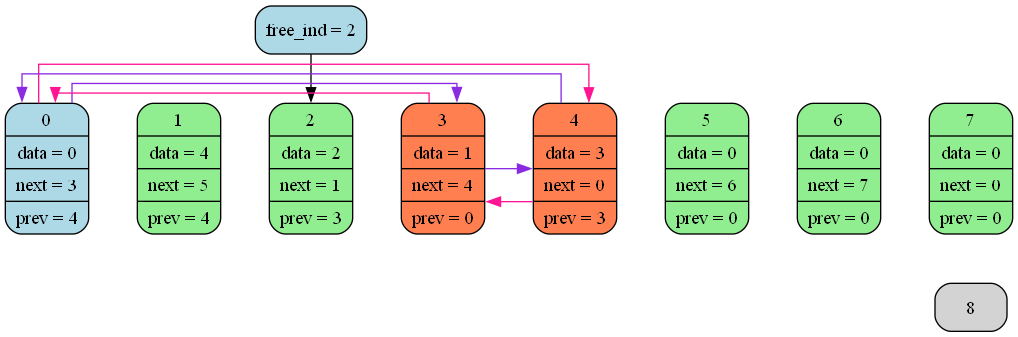
Above: dump.png in GBobkov/list (Graphviz), before the change. Its source is kept beside it as dump.dot. Source of this version:
```dot
digraph G
{
splines=ortho;
nodesep=0.5;
node[shape="record", style="rounded, filled"];

free[label = "free_ind = 2", style="rounded,filled", fillcolor = "lightblue"]
0[label = "{ <i>0|<d>data = 0|<n>next = 3|<p>prev = 4 }", fillcolor ="lightblue"];
1[label = "{ <i>1|<d>data = 4|<n>next = 5|<p>prev = 4 }", fillcolor = "coral"];
2[label = "{ <i>2|<d>data = 2|<n>next = 1|<p>prev = 3 }", fillcolor = "coral"];
3[label = "{ <i>3|<d>data = 1|<n>next = 4|<p>prev = 0 }", fillcolor = "coral"];
4[label = "{ <i>4|<d>data = 3|<n>next = 0|<p>prev = 3 }", fillcolor = "coral"];
5[label = "{ <i>5|<d>data = 0|<n>next = 6|<p>prev = 0 }", fillcolor = "coral"];
6[label = "{ <i>6|<d>data = 0|<n>next = 7|<p>prev = 0 }", fillcolor = "coral"];
7[label = "{ <i>7|<d>data = 0|<n>next = 0|<p>prev = 0 }", fillcolor = "coral"];

{ rank = same; 0; 1; 2; 3; 4; 5; 6; 7; }
0->1 [weight = 5000, style=invis];
1->2 [weight = 5000, style=invis];
2->3 [weight = 5000, style=invis];
3->4 [weight = 5000, style=invis];
4->5 [weight = 5000, style=invis];
5->6 [weight = 5000, style=invis];
6->7 [weight = 5000, style=invis];
7->8 [weight = 5000, style=invis];

0->3 [weight = 0, color = blueviolet];
3->4 [weight = 0, color = blueviolet];
4->0 [weight = 0, color = blueviolet];

0->4 [weight = 0, color = deeppink];
4->3 [weight = 0, color = deeppink];
3->0 [weight = 0, color = deeppink];

free->2;
2[fillcolor = "lightgreen"];
1[fillcolor = "lightgreen"];
5[fillcolor = "lightgreen"];
6[fillcolor = "lightgreen"];
7[fillcolor = "lightgreen"];
}
```
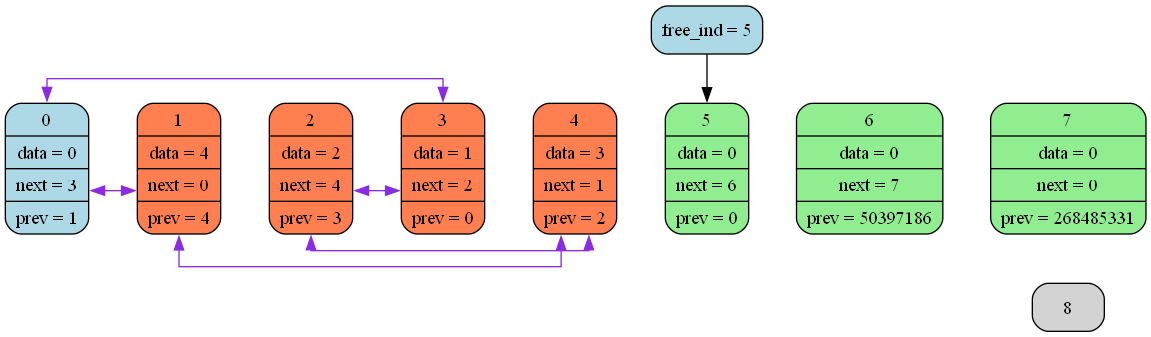
The same diagram one commit later.

Diff of the diagram source:
```diff
@@ -4,37 +4,33 @@
 nodesep=0.5;
 node[shape="record", style="rounded, filled"];
 
-free[label = "free_ind = 2", style="rounded,filled", fillcolor = "lightblue"]
-0[label = "{ <i>0|<d>data = 0|<n>next = 3|<p>prev = 4 }", fillcolor ="lightblue"];
-1[label = "{ <i>1|<d>data = 4|<n>next = 5|<p>prev = 4 }", fillcolor = "coral"];
-2[label = "{ <i>2|<d>data = 2|<n>next = 1|<p>prev = 3 }", fillcolor = "coral"];
-3[label = "{ <i>3|<d>data = 1|<n>next = 4|<p>prev = 0 }", fillcolor = "coral"];
-4[label = "{ <i>4|<d>data = 3|<n>next = 0|<p>prev = 3 }", fillcolor = "coral"];
+free[label = "free_ind = 5", style="rounded,filled", fillcolor = "lightblue"]
+0[label = "{ <i>0|<d>data = 0|<n>next = 3|<p>prev = 1 }", fillcolor ="lightblue"];
+1[label = "{ <i>1|<d>data = 4|<n>next = 0|<p>prev = 4 }", fillcolor = "coral"];
+2[label = "{ <i>2|<d>data = 2|<n>next = 4|<p>prev = 3 }", fillcolor = "coral"];
+3[label = "{ <i>3|<d>data = 1|<n>next = 2|<p>prev = 0 }", fillcolor = "coral"];
+4[label = "{ <i>4|<d>data = 3|<n>next = 1|<p>prev = 2 }", fillcolor = "coral"];
 5[label = "{ <i>5|<d>data = 0|<n>next = 6|<p>prev = 0 }", fillcolor = "coral"];
-6[label = "{ <i>6|<d>data = 0|<n>next = 7|<p>prev = 0 }", fillcolor = "coral"];
-7[label = "{ <i>7|<d>data = 0|<n>next = 0|<p>prev = 0 }", fillcolor = "coral"];
+6[label = "{ <i>6|<d>data = 0|<n>next = 7|<p>prev = 50397186 }", fillcolor = "coral"];
+7[label = "{ <i>7|<d>data = 0|<n>next = 0|<p>prev = 268485331 }", fillcolor = "coral"];
 
 { rank = same; 0; 1; 2; 3; 4; 5; 6; 7; }
-0->1 [weight = 5000, style=invis];
-1->2 [weight = 5000, style=invis];
-2->3 [weight = 5000, style=invis];
-3->4 [weight = 5000, style=invis];
-4->5 [weight = 5000, style=invis];
-5->6 [weight = 5000, style=invis];
-6->7 [weight = 5000, style=invis];
-7->8 [weight = 5000, style=invis];
+0->1 [weight = 5000, style=invis, shape=inv];
+1->2 [weight = 5000, style=invis, shape=inv];
+2->3 [weight = 5000, style=invis, shape=inv];
+3->4 [weight = 5000, style=invis, shape=inv];
+4->5 [weight = 5000, style=invis, shape=inv];
+5->6 [weight = 5000, style=invis, shape=inv];
+6->7 [weight = 5000, style=invis, shape=inv];
+7->8 [weight = 5000, style=invis, shape=inv];
 
-0->3 [weight = 0, color = blueviolet];
-3->4 [weight = 0, color = blueviolet];
-4->0 [weight = 0, color = blueviolet];
+0->3 [weight = 0, color = blueviolet, dir="both"];
+3->2 [weight = 0, color = blueviolet, dir="both"];
+2->4 [weight = 0, color = blueviolet, dir="both"];
+4->1 [weight = 0, color = blueviolet, dir="both"];
+1->0 [weight = 0, color = blueviolet, dir="both"];
 
-0->4 [weight = 0, color = deeppink];
-4->3 [weight = 0, color = deeppink];
-3->0 [weight = 0, color = deeppink];
-
-free->2;
-2[fillcolor = "lightgreen"];
-1[fillcolor = "lightgreen"];
+free->5;
 5[fillcolor = "lightgreen"];
 6[fillcolor = "lightgreen"];
 7[fillcolor = "lightgreen"];
```
